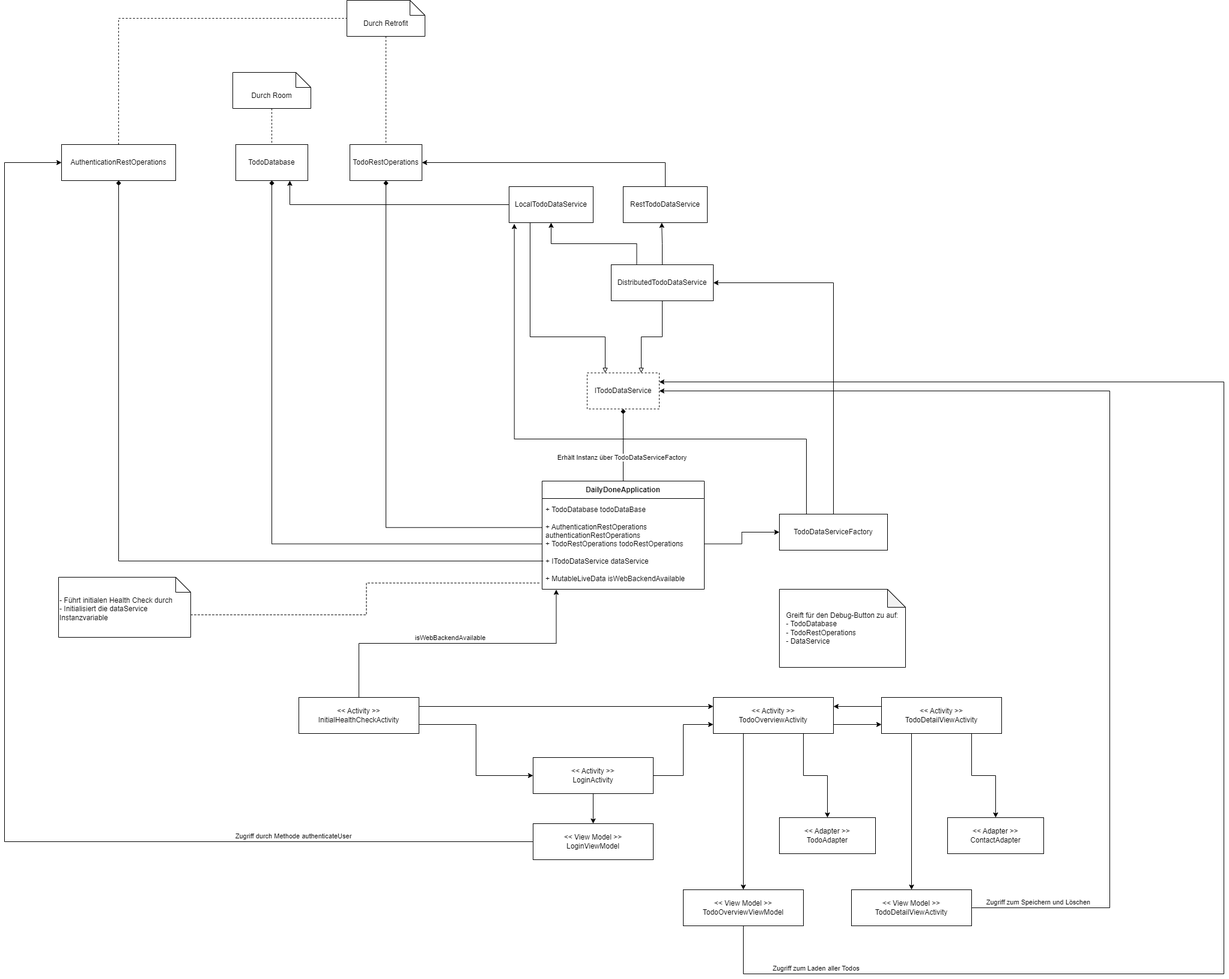
Before: rough_architecture.png, a diagram exported from draw.io (joergjonaskrahn/mad_semester_project). Source tidied: cells renumbered, new cells last; positions are measured from the earlier drawing's top-left corner, leaving out a move shared by most shapes.
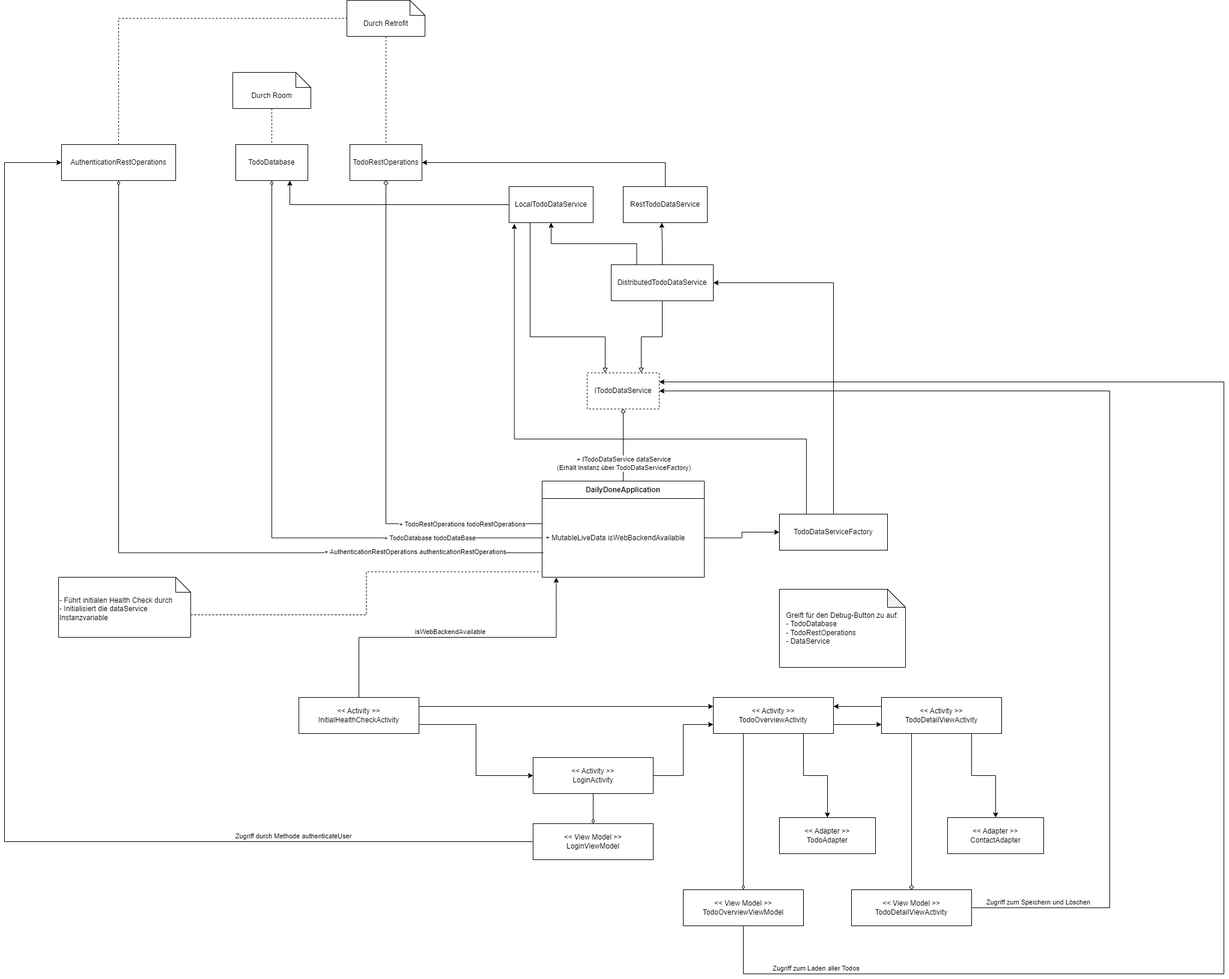
After the change.

Commit message:
updated rough architecture, HI IF YOU SEE THIS :D

Change to the diagram source:
```diff
@@ -37,19 +37,19 @@
     <mxCell id="11" value="ITodoDataService" style="rounded=0;whiteSpace=wrap;html=1;dashed=1;" parent="1" vertex="1">
       <mxGeometry x="970" y="620" width="120" height="60" as="geometry" />
     </mxCell>
-    <mxCell id="12" style="edgeStyle=orthogonalEdgeStyle;rounded=0;jettySize=auto;html=1;exitX=0.5;exitY=0;exitDx=0;exitDy=0;entryX=0.5;entryY=1;entryDx=0;entryDy=0;endArrow=diamond;endFill=1;" parent="1" edge="1" source="14" target="11">
+    <mxCell id="12" style="edgeStyle=orthogonalEdgeStyle;rounded=0;jettySize=auto;html=1;exitX=0.5;exitY=0;exitDx=0;exitDy=0;entryX=0.5;entryY=1;entryDx=0;entryDy=0;endArrow=diamond;endFill=0;" parent="1" edge="1" source="14" target="11">
       <mxGeometry relative="1" as="geometry" />
     </mxCell>
-    <mxCell id="13" value="Erhält Instanz über TodoDataServiceFactory" style="edgeLabel;html=1;align=center;verticalAlign=middle;" parent="12" vertex="1">
+    <mxCell id="13" value="+ ITodoDataService dataService&lt;br&gt;(Erhält Instanz über TodoDataServiceFactory)" style="edgeLabel;html=1;align=center;verticalAlign=middle;" parent="12" vertex="1">
       <mxGeometry x="-0.18" y="3" relative="1" as="geometry">
-        <mxPoint y="9" as="offset" />
+        <mxPoint x="3" y="19" as="offset" />
       </mxGeometry>
     </mxCell>
     <mxCell id="14" value="DailyDoneApplication" style="swimlane;fontStyle=1;align=center;verticalAlign=middle;horizontal=1;startSize=29;html=1;whiteSpace=wrap;" parent="1" vertex="1">
-      <mxGeometry x="895" y="800" width="270" height="180" as="geometry" />
+      <mxGeometry x="895" y="800" width="270" height="160" as="geometry" />
     </mxCell>
-    <mxCell id="15" value="+ TodoDatabase todoDataBase&lt;br&gt;&lt;br&gt;+ AuthenticationRestOperations authenticationRestOperations&lt;br&gt;+ TodoRestOperations todoRestOperations&lt;br&gt;&lt;br&gt;+ ITodoDataService dataService&lt;br&gt;&lt;br&gt;+ MutableLiveData isWebBackendAvailable" style="text;html=1;strokeColor=none;fillColor=none;align=left;verticalAlign=middle;spacingLeft=4;spacingRight=4;overflow=hidden;points=[[0,0.5],[1,0.5]];portConstraint=eastwest;whiteSpace=wrap;" parent="14" vertex="1">
-      <mxGeometry y="29" width="270" height="151" as="geometry" />
+    <mxCell id="15" value="+ MutableLiveData isWebBackendAvailable" style="text;html=1;strokeColor=none;fillColor=none;align=left;verticalAlign=middle;spacingLeft=4;spacingRight=4;overflow=hidden;points=[[0,0.5],[1,0.5]];portConstraint=eastwest;whiteSpace=wrap;" parent="14" vertex="1">
+      <mxGeometry y="29" width="270" height="131" as="geometry" />
     </mxCell>
     <mxCell id="16" value="TodoDatabase" style="rounded=0;whiteSpace=wrap;html=1;" parent="1" vertex="1">
       <mxGeometry x="385" y="240" width="120" height="60" as="geometry" />
@@ -69,12 +69,20 @@
     <mxCell id="21" value="Durch Retrofit" style="shape=note2;boundedLbl=1;whiteSpace=wrap;html=1;size=25;verticalAlign=top;align=center;" parent="1" vertex="1">
       <mxGeometry x="570" width="130" height="60" as="geometry" />
     </mxCell>
-    <mxCell id="22" style="edgeStyle=orthogonalEdgeStyle;rounded=0;jettySize=auto;html=1;exitX=0;exitY=0.5;exitDx=0;exitDy=0;entryX=0.5;entryY=1;entryDx=0;entryDy=0;endArrow=diamond;endFill=1;" parent="1" edge="1" source="15" target="16">
+    <mxCell id="22" style="edgeStyle=orthogonalEdgeStyle;rounded=0;jettySize=auto;html=1;exitX=0;exitY=0.5;exitDx=0;exitDy=0;entryX=0.5;entryY=1;entryDx=0;entryDy=0;endArrow=diamondThin;endFill=0;" parent="1" edge="1" source="15" target="16">
       <mxGeometry relative="1" as="geometry" />
     </mxCell>
+    <mxCell id="61" value="+ TodoDatabase todoDataBase" style="edgeLabel;html=1;align=center;verticalAlign=middle;" parent="22" vertex="1">
+      <mxGeometry x="-0.64" relative="1" as="geometry" />
+    </mxCell>
-    <mxCell id="23" style="edgeStyle=orthogonalEdgeStyle;rounded=0;jettySize=auto;html=1;exitX=-0.002;exitY=0.32;exitDx=0;exitDy=0;entryX=0.5;entryY=1;entryDx=0;entryDy=0;endArrow=diamond;endFill=1;exitPerimeter=0;" parent="1" edge="1" source="15" target="17">
+    <mxCell id="23" style="edgeStyle=orthogonalEdgeStyle;rounded=0;jettySize=auto;html=1;exitX=-0.002;exitY=0.32;exitDx=0;exitDy=0;entryX=0.5;entryY=1;entryDx=0;entryDy=0;endArrow=diamond;endFill=0;exitPerimeter=0;" parent="1" edge="1" source="15" target="17">
       <mxGeometry relative="1" as="geometry" />
     </mxCell>
+    <mxCell id="62" value="+ TodoRestOperations todoRestOperations" style="edgeLabel;html=1;align=center;verticalAlign=middle;" parent="23" vertex="1">
+      <mxGeometry x="-0.62" y="1" relative="1" as="geometry">
+        <mxPoint x="25" as="offset" />
+      </mxGeometry>
+    </mxCell>
     <mxCell id="24" style="edgeStyle=orthogonalEdgeStyle;rounded=0;jettySize=auto;html=1;exitX=0.5;exitY=0;exitDx=0;exitDy=0;entryX=1;entryY=0.5;entryDx=0;entryDy=0;" parent="1" edge="1" source="26" target="10">
       <mxGeometry relative="1" as="geometry" />
     </mxCell>
@@ -109,7 +117,7 @@
     <mxCell id="32" value="&amp;lt;&amp;lt; Activity &amp;gt;&amp;gt;&lt;br&gt;InitialHealthCheckActivity" style="rounded=0;whiteSpace=wrap;html=1;" parent="1" vertex="1">
       <mxGeometry x="490" y="1160" width="200" height="60" as="geometry" />
     </mxCell>
-    <mxCell id="33" style="edgeStyle=orthogonalEdgeStyle;rounded=0;jettySize=auto;html=1;exitX=0.5;exitY=1;exitDx=0;exitDy=0;entryX=0.5;entryY=0;entryDx=0;entryDy=0;" parent="1" edge="1" source="35" target="48">
+    <mxCell id="33" style="edgeStyle=orthogonalEdgeStyle;rounded=0;jettySize=auto;html=1;exitX=0.5;exitY=1;exitDx=0;exitDy=0;entryX=0.5;entryY=0;entryDx=0;entryDy=0;endArrow=diamondThin;endFill=0;" parent="1" edge="1" source="35" target="48">
       <mxGeometry relative="1" as="geometry" />
     </mxCell>
     <mxCell id="34" style="edgeStyle=orthogonalEdgeStyle;rounded=0;jettySize=auto;html=1;exitX=1;exitY=0.5;exitDx=0;exitDy=0;entryX=0;entryY=0.75;entryDx=0;entryDy=0;" parent="1" edge="1" source="35" target="43">
@@ -121,7 +129,7 @@
     <mxCell id="36" style="edgeStyle=orthogonalEdgeStyle;rounded=0;jettySize=auto;html=1;exitX=0;exitY=0.25;exitDx=0;exitDy=0;entryX=1;entryY=0.25;entryDx=0;entryDy=0;" parent="1" edge="1" source="39" target="43">
       <mxGeometry relative="1" as="geometry" />
     </mxCell>
-    <mxCell id="37" style="edgeStyle=orthogonalEdgeStyle;rounded=0;jettySize=auto;html=1;exitX=0.25;exitY=1;exitDx=0;exitDy=0;entryX=0.5;entryY=0;entryDx=0;entryDy=0;" parent="1" edge="1" source="39" target="59">
+    <mxCell id="37" style="edgeStyle=orthogonalEdgeStyle;rounded=0;jettySize=auto;html=1;exitX=0.25;exitY=1;exitDx=0;exitDy=0;entryX=0.5;entryY=0;entryDx=0;entryDy=0;endArrow=diamond;endFill=0;" parent="1" edge="1" source="39" target="59">
       <mxGeometry relative="1" as="geometry" />
     </mxCell>
     <mxCell id="38" style="edgeStyle=orthogonalEdgeStyle;rounded=0;jettySize=auto;html=1;exitX=0.75;exitY=1;exitDx=0;exitDy=0;entryX=0.5;entryY=0;entryDx=0;entryDy=0;" parent="1" edge="1" source="39" target="60">
@@ -136,7 +144,7 @@
     <mxCell id="41" style="edgeStyle=orthogonalEdgeStyle;rounded=0;jettySize=auto;html=1;exitX=0.75;exitY=1;exitDx=0;exitDy=0;entryX=0.5;entryY=0;entryDx=0;entryDy=0;" parent="1" edge="1" source="43" target="52">
       <mxGeometry relative="1" as="geometry" />
     </mxCell>
-    <mxCell id="42" style="edgeStyle=orthogonalEdgeStyle;rounded=0;jettySize=auto;html=1;exitX=0.25;exitY=1;exitDx=0;exitDy=0;entryX=0.5;entryY=0;entryDx=0;entryDy=0;" parent="1" edge="1" source="43" target="56">
+    <mxCell id="42" style="edgeStyle=orthogonalEdgeStyle;rounded=0;jettySize=auto;html=1;exitX=0.25;exitY=1;exitDx=0;exitDy=0;entryX=0.5;entryY=0;entryDx=0;entryDy=0;endArrow=diamondThin;endFill=0;" parent="1" edge="1" source="43" target="56">
       <mxGeometry relative="1" as="geometry" />
     </mxCell>
     <mxCell id="43" value="&amp;lt;&amp;lt; Activity &amp;gt;&amp;gt;&lt;br&gt;TodoOverviewActivity" style="rounded=0;whiteSpace=wrap;html=1;" parent="1" vertex="1">
@@ -170,9 +178,14 @@
     <mxCell id="50" value="AuthenticationRestOperations" style="rounded=0;whiteSpace=wrap;html=1;" parent="1" vertex="1">
       <mxGeometry x="95" y="240" width="190" height="60" as="geometry" />
     </mxCell>
-    <mxCell id="51" style="edgeStyle=orthogonalEdgeStyle;rounded=0;jettySize=auto;html=1;entryX=0.5;entryY=1;entryDx=0;entryDy=0;exitX=0.007;exitY=0.689;exitDx=0;exitDy=0;exitPerimeter=0;endArrow=diamond;endFill=1;" parent="1" edge="1" source="15" target="50">
+    <mxCell id="51" style="edgeStyle=orthogonalEdgeStyle;rounded=0;jettySize=auto;html=1;entryX=0.5;entryY=1;entryDx=0;entryDy=0;exitX=0.007;exitY=0.689;exitDx=0;exitDy=0;exitPerimeter=0;endArrow=diamondThin;endFill=0;" parent="1" edge="1" source="15" target="50">
       <mxGeometry relative="1" as="geometry" />
     </mxCell>
+    <mxCell id="63" value="+ AuthenticationRestOperations authenticationRestOperations" style="edgeLabel;html=1;align=center;verticalAlign=middle;" parent="51" vertex="1">
+      <mxGeometry x="-0.4" y="-2" relative="1" as="geometry">
+        <mxPoint x="186" as="offset" />
+      </mxGeometry>
+    </mxCell>
     <mxCell id="52" value="&amp;lt;&amp;lt; Adapter &amp;gt;&amp;gt;&lt;br&gt;TodoAdapter" style="rounded=0;whiteSpace=wrap;html=1;" parent="1" vertex="1">
       <mxGeometry x="1290" y="1360" width="160" height="60" as="geometry" />
     </mxCell>
```
